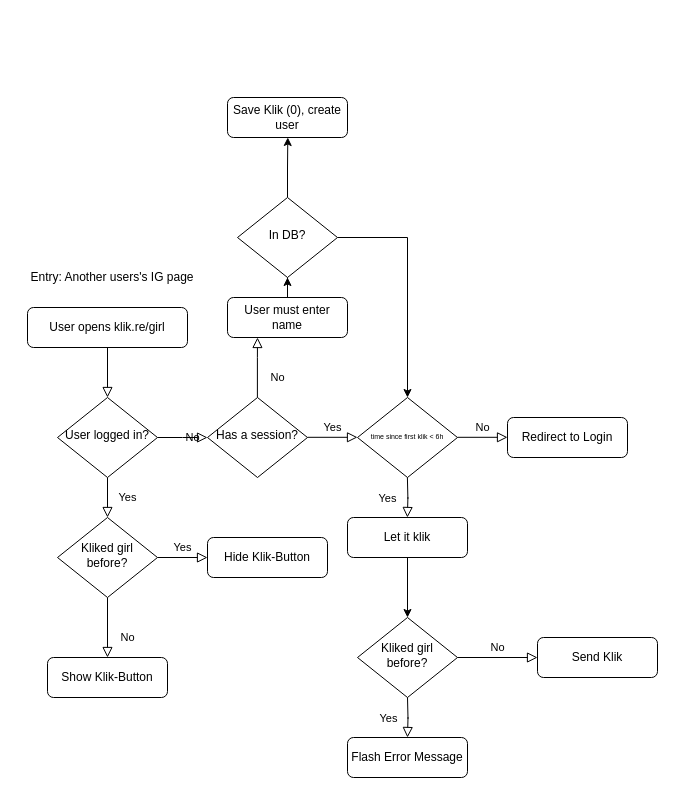
This is klik-flow.drawio from deerempire/klik.old, a draw.io file, before an edit. Source tidied: cells renumbered, new cells numbered last; positions are measured from the earlier drawing's top-left corner, leaving out a move shared by most shapes. Both pictures are drawn from the tidied source at 100%, with x=0, y=0 at pixel (17, 97).
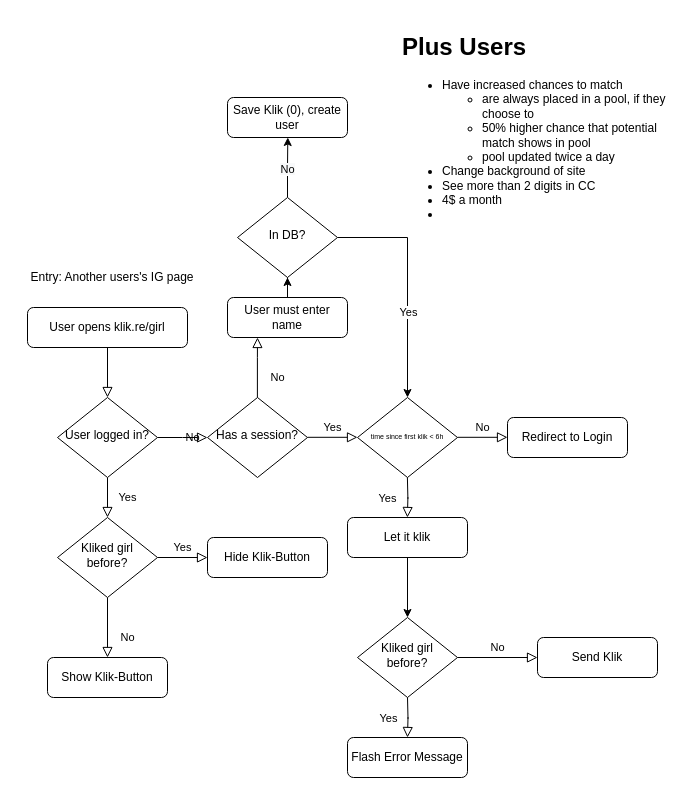
Above is the later version.

Unchanged cells that the change refers to:
```xml
<mxCell id="29" style="edgeStyle=orthogonalEdgeStyle;rounded=0;jettySize=auto;html=1;entryX=0.5;entryY=0;entryDx=0;entryDy=0;" parent="1" edge="1" source="31" target="14">
  <mxGeometry relative="1" as="geometry" />
</mxCell>
<mxCell id="30" style="edgeStyle=orthogonalEdgeStyle;rounded=0;jettySize=auto;html=1;exitX=0.5;exitY=0;exitDx=0;exitDy=0;" parent="1" edge="1" source="31">
  <mxGeometry relative="1" as="geometry">
    <mxPoint x="270.3" y="40" as="targetPoint" />
  </mxGeometry>
</mxCell>
```

What changed in the source:
```diff
@@
+    <mxCell id="33" value="Yes" style="edgeLabel;html=1;align=center;verticalAlign=middle;" parent="29" vertex="1">
+      <mxGeometry x="0.25" relative="1" as="geometry" />
+    </mxCell>
@@
+    <mxCell id="34" value="&lt;span style=&quot;background-color: rgb(248 , 249 , 250)&quot;&gt;No&lt;/span&gt;" style="edgeLabel;html=1;align=center;verticalAlign=middle;" parent="30" vertex="1">
+      <mxGeometry x="-0.03" y="1" relative="1" as="geometry" />
+    </mxCell>
@@
+    <mxCell id="35" value="&lt;h1&gt;Plus Users&lt;/h1&gt;&lt;p&gt;&lt;/p&gt;&lt;ul&gt;&lt;li&gt;Have increased chances to match&lt;/li&gt;&lt;ul&gt;&lt;li&gt;are always placed in a pool, if they choose to&lt;/li&gt;&lt;li&gt;50% higher chance that potential match shows in pool&lt;/li&gt;&lt;li&gt;pool updated twice a day&lt;/li&gt;&lt;/ul&gt;&lt;li&gt;Change background of site&lt;/li&gt;&lt;li&gt;See more than 2 digits in CC&lt;/li&gt;&lt;li&gt;4$ a month&lt;/li&gt;&lt;li&gt;&lt;br&gt;&lt;/li&gt;&lt;/ul&gt;&lt;p&gt;&lt;/p&gt;" style="text;html=1;strokeColor=none;fillColor=none;spacing=5;spacingTop=-20;whiteSpace=wrap;overflow=hidden;rounded=0;" parent="1" vertex="1">
+      <mxGeometry x="380" y="-70" width="280" height="190" as="geometry" />
+    </mxCell>
```
